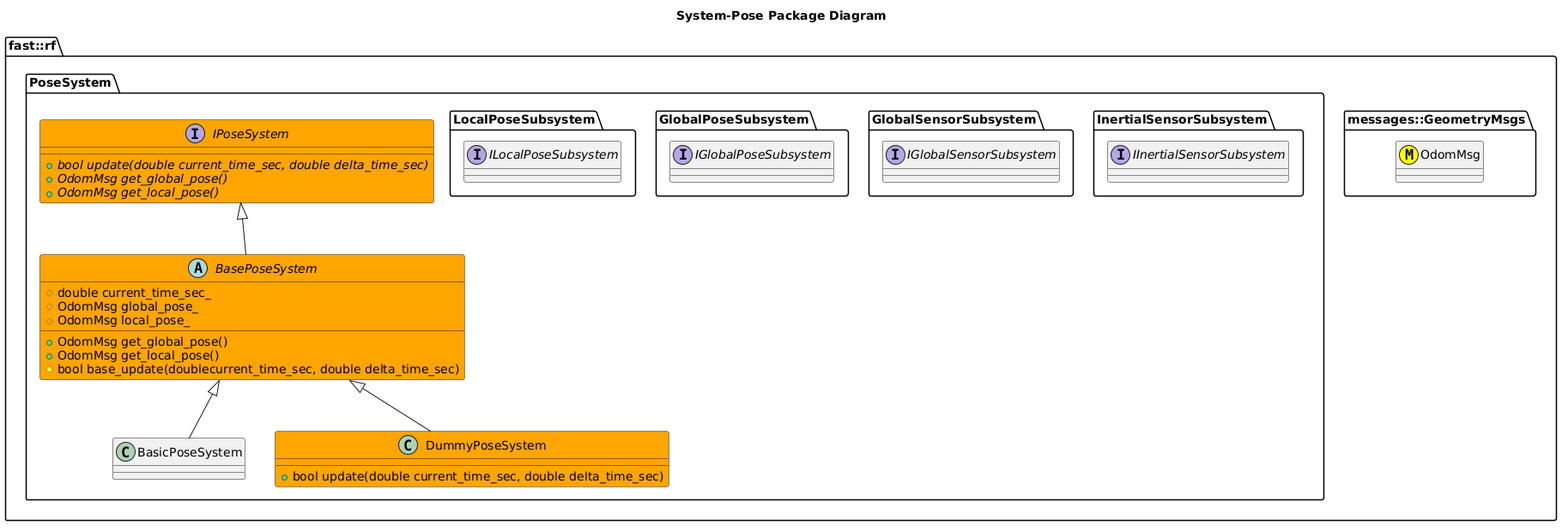
Before: Systems/Pose/doc/puml/SystemPosePackageDiagram.png, a diagram exported from PlantUML (fastrobotics/robot_framework).
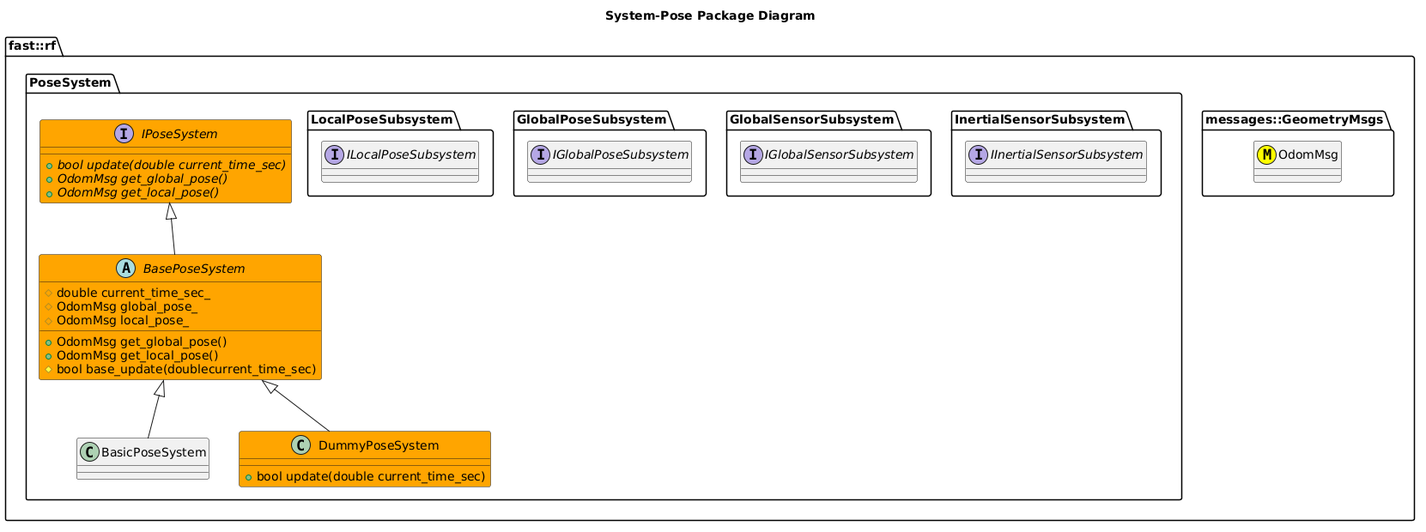
The same file after the commit.

Change to the diagram source:
```diff
@@ -21,14 +21,14 @@
     }
 
     interface IPoseSystem #Orange {
-      +{abstract} bool update(double current_time_sec, double delta_time_sec)
+      +{abstract} bool update(double current_time_sec)
       +{abstract} OdomMsg get_global_pose()
       +{abstract} OdomMsg get_local_pose()
     }
     abstract BasePoseSystem #Orange {
       +OdomMsg get_global_pose()
       +OdomMsg get_local_pose()
-      #bool base_update(doublecurrent_time_sec, double delta_time_sec)
+      #bool base_update(doublecurrent_time_sec)
       #double current_time_sec_
       #OdomMsg global_pose_
       #OdomMsg local_pose_
@@ -39,7 +39,7 @@
     }
     BasePoseSystem <|-- BasicPoseSystem
     class DummyPoseSystem #Orange {
-      +bool update(double current_time_sec, double delta_time_sec)
+      +bool update(double current_time_sec)
     }
     BasePoseSystem <|-- DummyPoseSystem
   }
```
